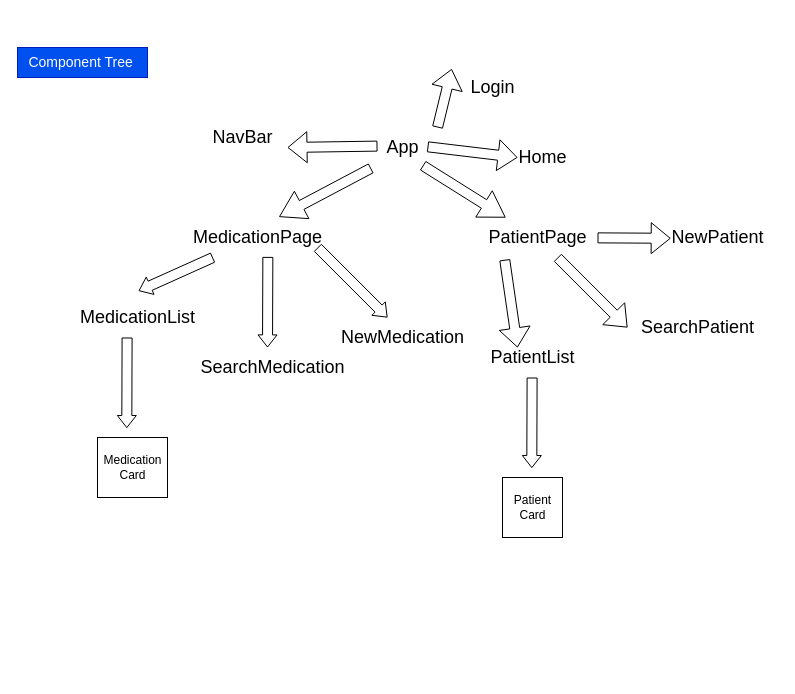
This is page "Page-1" (1 of 2) of .dio from minchulan/dailydose-client, a draw.io file, before an edit. Source tidied: cells renumbered, new cells numbered last; positions are measured from the earlier drawing's top-left corner, leaving out a move shared by most shapes. Both pictures are drawn from the tidied source at 100%, with x=0, y=0 at pixel (17, 47).
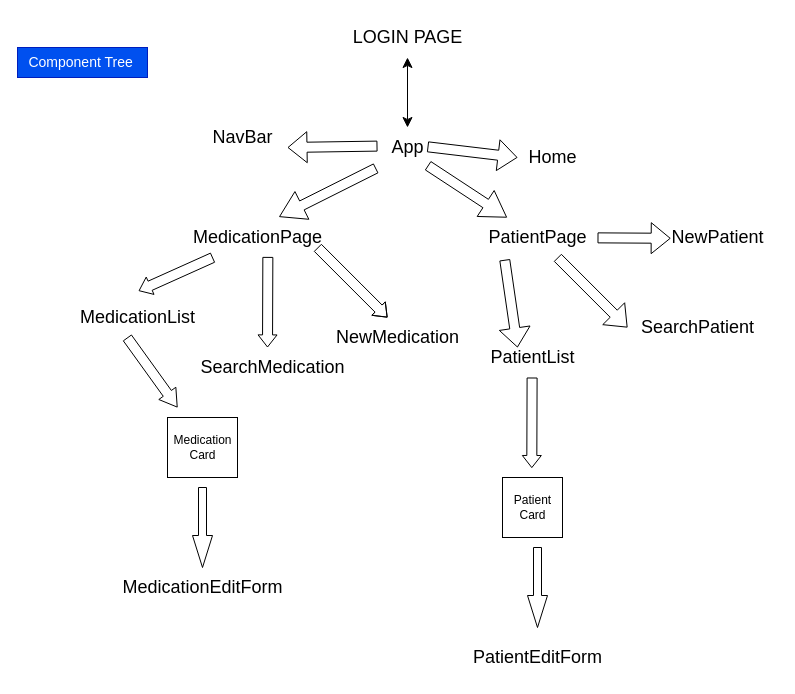
After the change.

The edit, as a diff of the source:
```diff
@@
     <mxCell id="2" value="&lt;font style=&quot;font-size: 18px;&quot;&gt;App&lt;/font&gt;" style="text;html=1;align=center;verticalAlign=middle;points=[];strokeColor=none;fillColor=none;" parent="1" vertex="1">
-      <mxGeometry x="355" y="80" width="60" height="40" as="geometry" />
+      <mxGeometry x="360" y="80" width="60" height="40" as="geometry" />
     </mxCell>
@@
     <mxCell id="12" value="&lt;font style=&quot;font-size: 18px;&quot;&gt;Home&lt;/font&gt;" style="text;html=1;align=center;verticalAlign=middle;strokeColor=none;fillColor=none;fontSize=14;" parent="1" vertex="1">
-      <mxGeometry x="490" y="90" width="70" height="40" as="geometry" />
+      <mxGeometry x="500" y="90" width="70" height="40" as="geometry" />
     </mxCell>
@@
     <mxCell id="17" value="&lt;font style=&quot;font-size: 18px;&quot;&gt;NewMedication&lt;br&gt;&lt;/font&gt;" style="text;html=1;align=center;verticalAlign=middle;strokeColor=none;fillColor=none;fontSize=14;" parent="1" vertex="1">
-      <mxGeometry x="310" y="270" width="150" height="40" as="geometry" />
+      <mxGeometry x="305" y="270" width="150" height="40" as="geometry" />
     </mxCell>
     <mxCell id="18" style="edgeStyle=none;orthogonalLoop=1;jettySize=auto;html=1;fontSize=18;shape=flexArrow;endWidth=8;endSize=3.7;" parent="1" edge="1">
       <mxGeometry relative="1" as="geometry">
         <mxPoint x="300" y="200" as="sourcePoint" />
         <mxPoint x="370" y="270" as="targetPoint" />
+        <Array as="points">
+          <mxPoint x="340" y="240" />
+        </Array>
       </mxGeometry>
     </mxCell>
@@
-    <mxCell id="24" style="edgeStyle=none;jettySize=auto;html=1;fontSize=14;shape=flexArrow;entryX=-0.083;entryY=0.036;entryDx=0;entryDy=0;entryPerimeter=0;" parent="1" edge="1" target="25">
-      <mxGeometry relative="1" as="geometry">
-        <mxPoint x="420" y="80" as="sourcePoint" />
-      </mxGeometry>
-    </mxCell>
-    <mxCell id="25" value="&lt;font style=&quot;font-size: 18px;&quot;&gt;Login&lt;/font&gt;" style="text;html=1;align=center;verticalAlign=middle;points=[];strokeColor=none;fillColor=none;fontSize=14;" parent="1" vertex="1">
-      <mxGeometry x="440" y="20" width="70" height="40" as="geometry" />
+    <mxCell id="25" value="&lt;font style=&quot;font-size: 18px;&quot;&gt;LOGIN PAGE&lt;/font&gt;" style="text;html=1;align=center;verticalAlign=middle;points=[];strokeColor=none;fillColor=none;fontSize=14;" parent="1" vertex="1">
+      <mxGeometry x="325" y="-30" width="130" height="40" as="geometry" />
     </mxCell>
-    <mxCell id="26" style="edgeStyle=none;orthogonalLoop=1;jettySize=auto;html=1;fontSize=18;shape=flexArrow;endWidth=8;endSize=3.7;exitX=0.569;exitY=0.985;exitDx=0;exitDy=0;exitPerimeter=0;" parent="1" edge="1">
+    <mxCell id="26" style="edgeStyle=none;orthogonalLoop=1;jettySize=auto;html=1;fontSize=18;shape=flexArrow;endWidth=10;endSize=5.300000000000001;exitX=0.569;exitY=0.985;exitDx=0;exitDy=0;exitPerimeter=0;" parent="1" edge="1">
       <mxGeometry relative="1" as="geometry">
         <mxPoint x="109.6" y="290" as="sourcePoint" />
-        <mxPoint x="109.3" y="380.6" as="targetPoint" />
+        <mxPoint x="160" y="360" as="targetPoint" />
       </mxGeometry>
     </mxCell>
     <mxCell id="27" style="whiteSpace=wrap;html=1;" parent="1" vertex="1">
-      <mxGeometry x="80" y="390" width="70" height="60" as="geometry" />
+      <mxGeometry x="150" y="370" width="70" height="60" as="geometry" />
     </mxCell>
     <mxCell id="28" value="Medication&lt;br&gt;Card" style="text;html=1;align=center;verticalAlign=middle;strokeColor=none;fillColor=none;" parent="1" vertex="1">
-      <mxGeometry x="75" y="400" width="80" height="40" as="geometry" />
+      <mxGeometry x="145" y="380" width="80" height="40" as="geometry" />
     </mxCell>
@@
+    <mxCell id="32" value="&lt;font style=&quot;font-size: 18px;&quot;&gt;MedicationEditForm&lt;/font&gt;" style="text;html=1;align=center;verticalAlign=middle;strokeColor=none;fillColor=none;" parent="1" vertex="1">
+      <mxGeometry x="95" y="520" width="180" height="40" as="geometry" />
+    </mxCell>
+    <mxCell id="33" value="&lt;font style=&quot;font-size: 18px;&quot;&gt;PatientEditForm&lt;/font&gt;" style="text;html=1;align=center;verticalAlign=middle;strokeColor=none;fillColor=none;fontSize=14;" parent="1" vertex="1">
+      <mxGeometry x="445" y="590" width="150" height="40" as="geometry" />
+    </mxCell>
+    <mxCell id="34" style="edgeStyle=none;jettySize=auto;html=1;endArrow=classic;startArrow=classic;endSize=8;startSize=8;fontSize=18;" parent="1" edge="1" source="25" target="2">
+      <mxGeometry relative="1" as="geometry" />
+    </mxCell>
+    <mxCell id="35" style="shape=singleArrow;whiteSpace=wrap;html=1;arrowWidth=0.4;arrowSize=0.4;fontSize=18;rotation=90;" parent="1" vertex="1">
+      <mxGeometry x="145" y="470" width="80" height="20" as="geometry" />
+    </mxCell>
+    <mxCell id="36" style="shape=singleArrow;whiteSpace=wrap;html=1;arrowWidth=0.4;arrowSize=0.4;fontSize=18;rotation=90;" parent="1" vertex="1">
+      <mxGeometry x="480" y="530" width="80" height="20" as="geometry" />
+    </mxCell>
```
